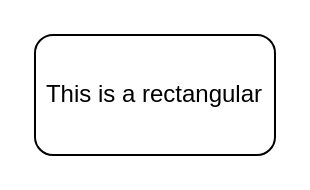
This is notion test.drawio from qinglu0330/diagram, a draw.io file, before an edit. Source tidied: cells renumbered, new cells numbered last; positions are measured from the earlier drawing's top-left corner, leaving out a move shared by most shapes. Both pictures are drawn from the tidied source at 200%, with x=0, y=0 at pixel (34, 34).
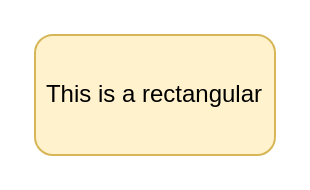
The same page after the edit.

Diff of the diagram source:
```diff
@@
 <mxGraphModel>
   <root>
     <mxCell id="0" />
     <mxCell id="1" parent="0" />
-    <mxCell id="2" value="This is a rectangular" style="rounded=1;whiteSpace=wrap;html=1;" parent="1" vertex="1">
+    <mxCell id="2" value="This is a rectangular" style="rounded=1;whiteSpace=wrap;html=1;fillColor=#fff2cc;strokeColor=#d6b656;" parent="1" vertex="1">
       <mxGeometry width="120" height="60" as="geometry" />
     </mxCell>
   </root>
 </mxGraphModel>
```
